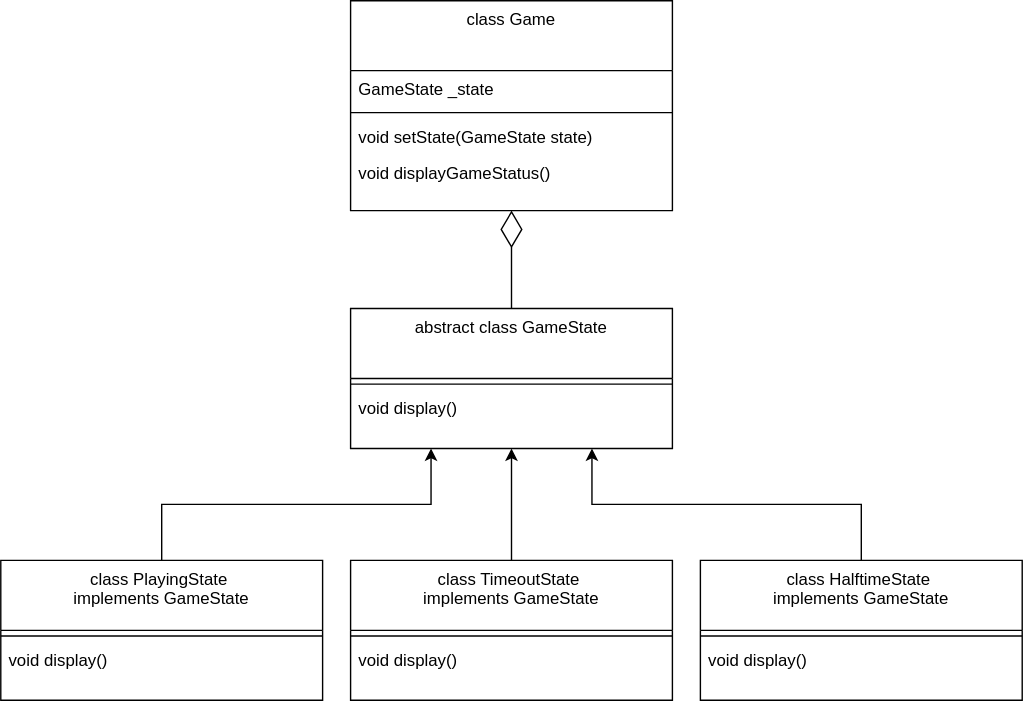
The draw.io diagram patt_state.svg in Alex-0277911/state_pattern, before a commit. Source tidied: cells renumbered, new cells last; positions are measured from the earlier drawing's top-left corner, leaving out a move shared by most shapes.
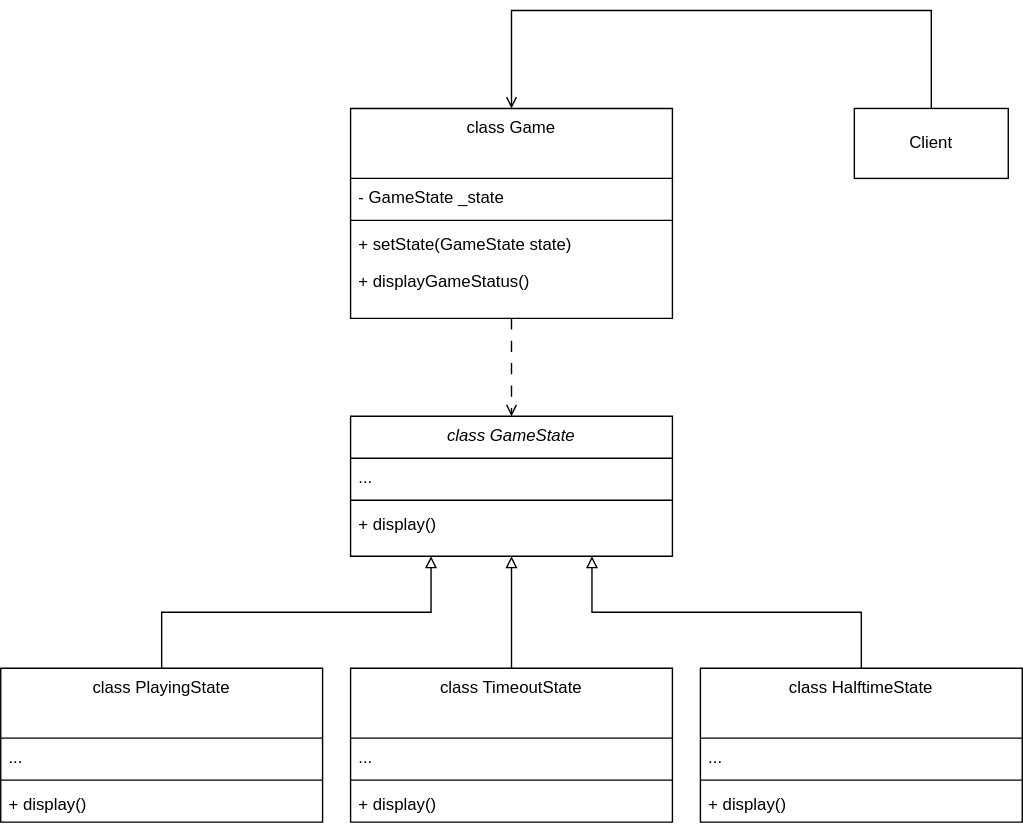
Above is the later version.

Change to the diagram source:
```diff
@@ -2,46 +2,52 @@
   <root>
     <mxCell id="0" />
     <mxCell id="1" parent="0" />
+    <mxCell id="23" style="edgeStyle=orthogonalEdgeStyle;rounded=0;jettySize=auto;html=1;entryX=0.5;entryY=0;entryDx=0;entryDy=0;dashed=1;dashPattern=8 8;endArrow=open;endFill=0;" parent="1" edge="1" source="2" target="7">
+      <mxGeometry relative="1" as="geometry" />
+    </mxCell>
     <mxCell id="2" value="class Game" style="swimlane;fontStyle=0;align=center;verticalAlign=top;horizontal=1;startSize=50;rounded=0;shadow=0;strokeWidth=1;" parent="1" vertex="1">
       <mxGeometry x="250" width="230" height="150" as="geometry" />
     </mxCell>
-    <mxCell id="3" value="GameState _state" style="text;align=left;verticalAlign=top;spacingLeft=4;spacingRight=4;overflow=hidden;" parent="2" vertex="1">
+    <mxCell id="3" value="- GameState _state" style="text;align=left;verticalAlign=top;spacingLeft=4;spacingRight=4;overflow=hidden;" parent="2" vertex="1">
       <mxGeometry y="50" width="230" height="26" as="geometry" />
     </mxCell>
     <mxCell id="4" style="line;strokeWidth=1;fillColor=none;align=left;verticalAlign=middle;spacingTop=-1;spacingLeft=3;spacingRight=3;labelPosition=right;strokeColor=inherit;" parent="2" vertex="1">
       <mxGeometry y="76" width="230" height="8" as="geometry" />
     </mxCell>
-    <mxCell id="5" value="void setState(GameState state)" style="text;align=left;verticalAlign=top;spacingLeft=4;spacingRight=4;overflow=hidden;" parent="2" vertex="1">
+    <mxCell id="5" value="+ setState(GameState state)" style="text;align=left;verticalAlign=top;spacingLeft=4;spacingRight=4;overflow=hidden;" parent="2" vertex="1">
       <mxGeometry y="84" width="230" height="26" as="geometry" />
     </mxCell>
-    <mxCell id="6" value="void displayGameStatus() " style="text;align=left;verticalAlign=top;spacingLeft=4;spacingRight=4;overflow=hidden;" parent="2" vertex="1">
+    <mxCell id="6" value="+ displayGameStatus() " style="text;align=left;verticalAlign=top;spacingLeft=4;spacingRight=4;overflow=hidden;" parent="2" vertex="1">
       <mxGeometry y="110" width="230" height="26" as="geometry" />
     </mxCell>
-    <mxCell id="7" value="abstract class GameState" style="swimlane;fontStyle=0;align=center;verticalAlign=top;horizontal=1;startSize=50;rounded=0;shadow=0;strokeWidth=1;" parent="1" vertex="1">
+    <mxCell id="7" value="class GameState" style="swimlane;fontStyle=2;align=center;verticalAlign=top;horizontal=1;startSize=30;rounded=0;shadow=0;strokeWidth=1;" parent="1" vertex="1">
       <mxGeometry x="250" y="220" width="230" height="100" as="geometry" />
     </mxCell>
+    <mxCell id="24" value="..." style="text;align=left;verticalAlign=top;spacingLeft=4;spacingRight=4;overflow=hidden;" parent="7" vertex="1">
+      <mxGeometry y="30" width="230" height="26" as="geometry" />
+    </mxCell>
     <mxCell id="8" style="line;strokeWidth=1;fillColor=none;align=left;verticalAlign=middle;spacingTop=-1;spacingLeft=3;spacingRight=3;labelPosition=right;strokeColor=inherit;" parent="7" vertex="1">
-      <mxGeometry y="50" width="230" height="8" as="geometry" />
+      <mxGeometry y="56" width="230" height="8" as="geometry" />
     </mxCell>
-    <mxCell id="9" value="void display()" style="text;align=left;verticalAlign=top;spacingLeft=4;spacingRight=4;overflow=hidden;" parent="7" vertex="1">
-      <mxGeometry y="58" width="230" height="26" as="geometry" />
+    <mxCell id="9" value="+ display()" style="text;align=left;verticalAlign=top;spacingLeft=4;spacingRight=4;overflow=hidden;" parent="7" vertex="1">
+      <mxGeometry y="64" width="230" height="26" as="geometry" />
     </mxCell>
-    <mxCell id="10" style="endArrow=diamondThin;endFill=0;endSize=24;html=1;rounded=0;entryX=0.5;entryY=1;entryDx=0;entryDy=0;exitX=0.5;exitY=0;exitDx=0;exitDy=0;" parent="1" edge="1" source="7" target="2">
-      <mxGeometry relative="1" as="geometry" />
-    </mxCell>
-    <mxCell id="11" style="edgeStyle=orthogonalEdgeStyle;rounded=0;jettySize=auto;html=1;entryX=0.5;entryY=1;entryDx=0;entryDy=0;" parent="1" edge="1" source="12" target="7">
+    <mxCell id="11" style="edgeStyle=orthogonalEdgeStyle;rounded=0;jettySize=auto;html=1;entryX=0.5;entryY=1;entryDx=0;entryDy=0;endArrow=block;endFill=0;" parent="1" edge="1" source="12" target="7">
       <mxGeometry relative="1" as="geometry" />
     </mxCell>
-    <mxCell id="12" value="class TimeoutState &#10;implements GameState" style="swimlane;fontStyle=0;align=center;verticalAlign=top;horizontal=1;startSize=50;rounded=0;shadow=0;strokeWidth=1;" parent="1" vertex="1">
-      <mxGeometry x="250" y="400" width="230" height="100" as="geometry" />
+    <mxCell id="12" value="class TimeoutState" style="swimlane;fontStyle=0;align=center;verticalAlign=top;horizontal=1;startSize=50;rounded=0;shadow=0;strokeWidth=1;" parent="1" vertex="1">
+      <mxGeometry x="250" y="400" width="230" height="110" as="geometry" />
     </mxCell>
+    <mxCell id="25" value="..." style="text;align=left;verticalAlign=top;spacingLeft=4;spacingRight=4;overflow=hidden;" parent="12" vertex="1">
+      <mxGeometry y="50" width="230" height="26" as="geometry" />
+    </mxCell>
     <mxCell id="13" style="line;strokeWidth=1;fillColor=none;align=left;verticalAlign=middle;spacingTop=-1;spacingLeft=3;spacingRight=3;labelPosition=right;strokeColor=inherit;" parent="12" vertex="1">
-      <mxGeometry y="50" width="230" height="8" as="geometry" />
+      <mxGeometry y="76" width="230" height="8" as="geometry" />
     </mxCell>
-    <mxCell id="14" value="void display()" style="text;align=left;verticalAlign=top;spacingLeft=4;spacingRight=4;overflow=hidden;" parent="12" vertex="1">
-      <mxGeometry y="58" width="230" height="26" as="geometry" />
+    <mxCell id="14" value="+ display()" style="text;align=left;verticalAlign=top;spacingLeft=4;spacingRight=4;overflow=hidden;" parent="12" vertex="1">
+      <mxGeometry y="84" width="230" height="26" as="geometry" />
     </mxCell>
-    <mxCell id="15" style="edgeStyle=orthogonalEdgeStyle;rounded=0;jettySize=auto;html=1;entryX=0.75;entryY=1;entryDx=0;entryDy=0;" parent="1" edge="1" source="16" target="7">
+    <mxCell id="15" style="edgeStyle=orthogonalEdgeStyle;rounded=0;jettySize=auto;html=1;entryX=0.75;entryY=1;entryDx=0;entryDy=0;endArrow=block;endFill=0;" parent="1" edge="1" source="16" target="7">
       <mxGeometry relative="1" as="geometry">
         <Array as="points">
           <mxPoint x="615" y="360" />
@@ -49,16 +55,19 @@
         </Array>
       </mxGeometry>
     </mxCell>
-    <mxCell id="16" value="class HalftimeState &#10;implements GameState" style="swimlane;fontStyle=0;align=center;verticalAlign=top;horizontal=1;startSize=50;rounded=0;shadow=0;strokeWidth=1;" parent="1" vertex="1">
-      <mxGeometry x="500" y="400" width="230" height="100" as="geometry" />
+    <mxCell id="16" value="class HalftimeState" style="swimlane;fontStyle=0;align=center;verticalAlign=top;horizontal=1;startSize=50;rounded=0;shadow=0;strokeWidth=1;" parent="1" vertex="1">
+      <mxGeometry x="500" y="400" width="230" height="110" as="geometry" />
     </mxCell>
+    <mxCell id="26" value="..." style="text;align=left;verticalAlign=top;spacingLeft=4;spacingRight=4;overflow=hidden;" parent="16" vertex="1">
+      <mxGeometry y="50" width="230" height="26" as="geometry" />
+    </mxCell>
     <mxCell id="17" style="line;strokeWidth=1;fillColor=none;align=left;verticalAlign=middle;spacingTop=-1;spacingLeft=3;spacingRight=3;labelPosition=right;strokeColor=inherit;" parent="16" vertex="1">
-      <mxGeometry y="50" width="230" height="8" as="geometry" />
+      <mxGeometry y="76" width="230" height="8" as="geometry" />
     </mxCell>
-    <mxCell id="18" value="void display()" style="text;align=left;verticalAlign=top;spacingLeft=4;spacingRight=4;overflow=hidden;" parent="16" vertex="1">
-      <mxGeometry y="58" width="230" height="26" as="geometry" />
+    <mxCell id="18" value="+ display()" style="text;align=left;verticalAlign=top;spacingLeft=4;spacingRight=4;overflow=hidden;" parent="16" vertex="1">
+      <mxGeometry y="84" width="230" height="26" as="geometry" />
     </mxCell>
-    <mxCell id="19" style="edgeStyle=orthogonalEdgeStyle;rounded=0;jettySize=auto;html=1;entryX=0.25;entryY=1;entryDx=0;entryDy=0;" parent="1" edge="1" source="20" target="7">
+    <mxCell id="19" style="edgeStyle=orthogonalEdgeStyle;rounded=0;jettySize=auto;html=1;entryX=0.25;entryY=1;entryDx=0;entryDy=0;endArrow=block;endFill=0;" parent="1" edge="1" source="20" target="7">
       <mxGeometry relative="1" as="geometry">
         <Array as="points">
           <mxPoint x="115" y="360" />
@@ -66,14 +75,28 @@
         </Array>
       </mxGeometry>
     </mxCell>
-    <mxCell id="20" value="class PlayingState &#10;implements GameState" style="swimlane;fontStyle=0;align=center;verticalAlign=top;horizontal=1;startSize=50;rounded=0;shadow=0;strokeWidth=1;" parent="1" vertex="1">
-      <mxGeometry y="400" width="230" height="100" as="geometry" />
+    <mxCell id="20" value="class PlayingState" style="swimlane;fontStyle=0;align=center;verticalAlign=top;horizontal=1;startSize=50;rounded=0;shadow=0;strokeWidth=1;" parent="1" vertex="1">
+      <mxGeometry y="400" width="230" height="110" as="geometry" />
     </mxCell>
+    <mxCell id="27" value="..." style="text;align=left;verticalAlign=top;spacingLeft=4;spacingRight=4;overflow=hidden;" parent="20" vertex="1">
+      <mxGeometry y="50" width="230" height="26" as="geometry" />
+    </mxCell>
     <mxCell id="21" style="line;strokeWidth=1;fillColor=none;align=left;verticalAlign=middle;spacingTop=-1;spacingLeft=3;spacingRight=3;labelPosition=right;strokeColor=inherit;" parent="20" vertex="1">
-      <mxGeometry y="50" width="230" height="8" as="geometry" />
+      <mxGeometry y="76" width="230" height="8" as="geometry" />
     </mxCell>
-    <mxCell id="22" value="void display()" style="text;align=left;verticalAlign=top;spacingLeft=4;spacingRight=4;overflow=hidden;" parent="20" vertex="1">
-      <mxGeometry y="58" width="230" height="26" as="geometry" />
+    <mxCell id="22" value="+ display()" style="text;align=left;verticalAlign=top;spacingLeft=4;spacingRight=4;overflow=hidden;" parent="20" vertex="1">
+      <mxGeometry y="84" width="230" height="26" as="geometry" />
     </mxCell>
+    <mxCell id="28" style="edgeStyle=orthogonalEdgeStyle;rounded=0;jettySize=auto;html=1;exitX=0.5;exitY=0;exitDx=0;exitDy=0;entryX=0.5;entryY=0;entryDx=0;entryDy=0;endArrow=open;endFill=0;" parent="1" edge="1" source="29" target="2">
+      <mxGeometry relative="1" as="geometry">
+        <Array as="points">
+          <mxPoint x="665" y="-70" />
+          <mxPoint x="365" y="-70" />
+        </Array>
+      </mxGeometry>
+    </mxCell>
+    <mxCell id="29" value="Client" style="html=1;whiteSpace=wrap;" parent="1" vertex="1">
+      <mxGeometry x="610" width="110" height="50" as="geometry" />
+    </mxCell>
   </root>
 </mxGraphModel>
```
